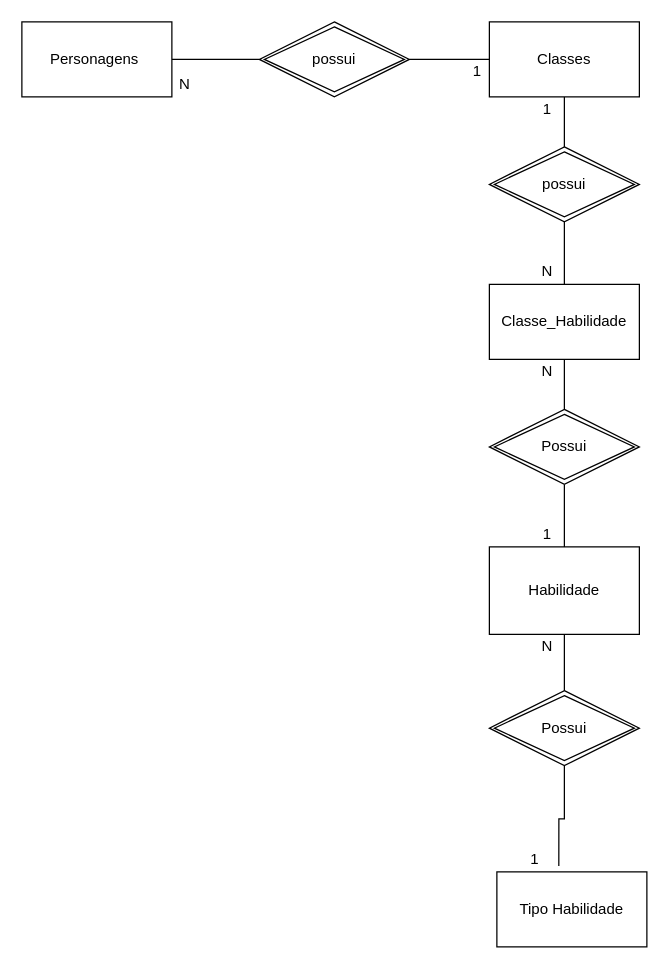
Above: page "conceitual" (1 of 2) of MODELAGENS/Projeto_Grupo5_Tarde.drawio in tavinlima/SENAI-HROADS (draw.io), before the change. Source tidied: cells renumbered, new cells numbered last; positions are measured from the earlier drawing's top-left corner, leaving out a move shared by most shapes. Both pictures are drawn from the tidied source at 125%, with x=0, y=0 at pixel (21, 21).
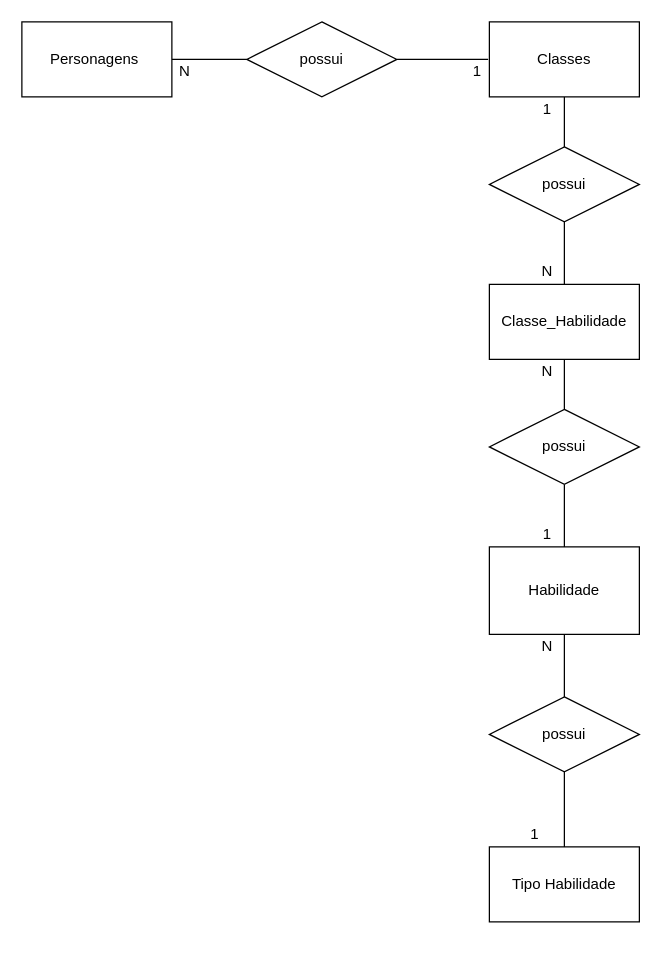
After the change.

Unchanged cells that the change refers to:
```xml
<mxCell id="3" value="Personagens&amp;nbsp;" style="rounded=0;whiteSpace=wrap;html=1;" parent="1" vertex="1">
  <mxGeometry width="120" height="60" as="geometry" />
</mxCell>
<mxCell id="5" value="Classes" style="rounded=0;whiteSpace=wrap;html=1;" parent="1" vertex="1">
  <mxGeometry x="374" width="120" height="60" as="geometry" />
</mxCell>
<mxCell id="9" value="Habilidade" style="rounded=0;whiteSpace=wrap;html=1;" parent="1" vertex="1">
  <mxGeometry x="374" y="420" width="120" height="70" as="geometry" />
</mxCell>
<mxCell id="16" value="1" style="text;html=1;align=center;verticalAlign=middle;points=[];strokeColor=none;" parent="1" vertex="1">
  <mxGeometry x="354" y="30" width="20" height="20" as="geometry" />
</mxCell>
<mxCell id="21" value="Classe_Habilidade" style="rounded=0;whiteSpace=wrap;html=1;" parent="1" vertex="1">
  <mxGeometry x="374" y="210" width="120" height="60" as="geometry" />
</mxCell>
```

Diff of the diagram source:
```diff
@@
-    <mxCell id="2" style="edgeStyle=orthogonalEdgeStyle;rounded=0;jettySize=auto;html=1;endArrow=none;endFill=0;" parent="1" edge="1" source="3" target="7">
-      <mxGeometry relative="1" as="geometry" />
-    </mxCell>
+    <mxCell id="27" style="edgeStyle=orthogonalEdgeStyle;rounded=0;jettySize=auto;html=1;entryX=0;entryY=0.5;entryDx=0;entryDy=0;endArrow=none;endFill=0;" parent="1" edge="1" source="3" target="32">
+      <mxGeometry relative="1" as="geometry" />
+    </mxCell>
@@
-    <mxCell id="4" style="edgeStyle=orthogonalEdgeStyle;rounded=0;jettySize=auto;html=1;entryX=0.5;entryY=0;entryDx=0;entryDy=0;endArrow=none;endFill=0;" parent="1" edge="1" source="5" target="23">
-      <mxGeometry relative="1" as="geometry" />
-    </mxCell>
+    <mxCell id="28" style="edgeStyle=orthogonalEdgeStyle;rounded=0;jettySize=auto;html=1;entryX=0.5;entryY=0;entryDx=0;entryDy=0;endArrow=none;endFill=0;" parent="1" edge="1" source="5" target="36">
+      <mxGeometry relative="1" as="geometry" />
+    </mxCell>
@@
-    <mxCell id="6" style="edgeStyle=orthogonalEdgeStyle;rounded=0;jettySize=auto;html=1;exitX=1;exitY=0.5;exitDx=0;exitDy=0;entryX=0;entryY=0.5;entryDx=0;entryDy=0;endArrow=none;endFill=0;" parent="1" edge="1" source="7" target="5">
-      <mxGeometry relative="1" as="geometry" />
-    </mxCell>
-    <mxCell id="7" value="possui" style="shape=rhombus;double=1;perimeter=rhombusPerimeter;whiteSpace=wrap;html=1;align=center;" parent="1" vertex="1">
-      <mxGeometry x="190" width="120" height="60" as="geometry" />
-    </mxCell>
-    <mxCell id="8" style="edgeStyle=orthogonalEdgeStyle;rounded=0;jettySize=auto;html=1;entryX=0.5;entryY=0;entryDx=0;entryDy=0;endArrow=none;endFill=0;" parent="1" edge="1" source="9" target="14">
-      <mxGeometry relative="1" as="geometry" />
-    </mxCell>
+    <mxCell id="29" style="edgeStyle=orthogonalEdgeStyle;rounded=0;jettySize=auto;html=1;entryX=0.5;entryY=0;entryDx=0;entryDy=0;endArrow=none;endFill=0;" parent="1" edge="1" source="9" target="34">
+      <mxGeometry relative="1" as="geometry" />
+    </mxCell>
@@
     <mxCell id="10" value="Tipo Habilidade" style="rounded=0;whiteSpace=wrap;html=1;" parent="1" vertex="1">
-      <mxGeometry x="380" y="680" width="120" height="60" as="geometry" />
+      <mxGeometry x="374" y="660" width="120" height="60" as="geometry" />
     </mxCell>
-    <mxCell id="11" style="edgeStyle=orthogonalEdgeStyle;rounded=0;jettySize=auto;html=1;entryX=0.5;entryY=0;entryDx=0;entryDy=0;endArrow=none;endFill=0;" parent="1" edge="1" source="12" target="9">
-      <mxGeometry relative="1" as="geometry" />
-    </mxCell>
-    <mxCell id="12" value="Possui" style="shape=rhombus;double=1;perimeter=rhombusPerimeter;whiteSpace=wrap;html=1;align=center;" parent="1" vertex="1">
-      <mxGeometry x="374" y="310" width="120" height="60" as="geometry" />
-    </mxCell>
-    <mxCell id="13" style="edgeStyle=orthogonalEdgeStyle;rounded=0;jettySize=auto;html=1;entryX=0.413;entryY=-0.077;entryDx=0;entryDy=0;entryPerimeter=0;endArrow=none;endFill=0;" parent="1" edge="1" source="14" target="10">
-      <mxGeometry relative="1" as="geometry" />
-    </mxCell>
-    <mxCell id="14" value="Possui" style="shape=rhombus;double=1;perimeter=rhombusPerimeter;whiteSpace=wrap;html=1;align=center;" parent="1" vertex="1">
-      <mxGeometry x="374" y="535" width="120" height="60" as="geometry" />
-    </mxCell>
     <mxCell id="15" value="N" style="text;html=1;align=center;verticalAlign=middle;strokeColor=none;" parent="1" vertex="1">
-      <mxGeometry x="120" y="40" width="20" height="20" as="geometry" />
+      <mxGeometry x="120" y="30" width="20" height="20" as="geometry" />
     </mxCell>
@@
-    <mxCell id="20" style="edgeStyle=orthogonalEdgeStyle;rounded=0;jettySize=auto;html=1;entryX=0.5;entryY=0;entryDx=0;entryDy=0;endArrow=none;endFill=0;" parent="1" edge="1" source="21" target="12">
-      <mxGeometry relative="1" as="geometry" />
-    </mxCell>
+    <mxCell id="30" style="edgeStyle=orthogonalEdgeStyle;rounded=0;jettySize=auto;html=1;entryX=0.5;entryY=0;entryDx=0;entryDy=0;endArrow=none;endFill=0;" parent="1" edge="1" source="21" target="38">
+      <mxGeometry relative="1" as="geometry" />
+    </mxCell>
@@
-    <mxCell id="22" style="edgeStyle=orthogonalEdgeStyle;rounded=0;jettySize=auto;html=1;entryX=0.5;entryY=0;entryDx=0;entryDy=0;endArrow=none;endFill=0;" parent="1" edge="1" source="23" target="21">
-      <mxGeometry relative="1" as="geometry" />
-    </mxCell>
-    <mxCell id="23" value="possui" style="shape=rhombus;double=1;perimeter=rhombusPerimeter;whiteSpace=wrap;html=1;align=center;" parent="1" vertex="1">
-      <mxGeometry x="374" y="100" width="120" height="60" as="geometry" />
-    </mxCell>
@@
     <mxCell id="25" value="1" style="text;html=1;align=center;verticalAlign=middle;strokeColor=none;" parent="1" vertex="1">
-      <mxGeometry x="400" y="660" width="20" height="20" as="geometry" />
+      <mxGeometry x="400" y="640" width="20" height="20" as="geometry" />
     </mxCell>
@@
+    <mxCell id="31" style="edgeStyle=orthogonalEdgeStyle;rounded=0;jettySize=auto;html=1;entryX=0.95;entryY=0;entryDx=0;entryDy=0;entryPerimeter=0;endArrow=none;endFill=0;" parent="1" edge="1" source="32" target="16">
+      <mxGeometry relative="1" as="geometry">
+        <Array as="points">
+          <mxPoint x="340" y="30" />
+          <mxPoint x="340" y="30" />
+        </Array>
+      </mxGeometry>
+    </mxCell>
+    <mxCell id="32" value="possui" style="shape=rhombus;perimeter=rhombusPerimeter;whiteSpace=wrap;html=1;align=center;" parent="1" vertex="1">
+      <mxGeometry x="180" width="120" height="60" as="geometry" />
+    </mxCell>
+    <mxCell id="33" style="edgeStyle=orthogonalEdgeStyle;rounded=0;jettySize=auto;html=1;endArrow=none;endFill=0;" parent="1" edge="1" source="34" target="10">
+      <mxGeometry relative="1" as="geometry" />
+    </mxCell>
+    <mxCell id="34" value="possui" style="shape=rhombus;perimeter=rhombusPerimeter;whiteSpace=wrap;html=1;align=center;" parent="1" vertex="1">
+      <mxGeometry x="374" y="540" width="120" height="60" as="geometry" />
+    </mxCell>
+    <mxCell id="35" style="edgeStyle=orthogonalEdgeStyle;rounded=0;jettySize=auto;html=1;entryX=0.5;entryY=0;entryDx=0;entryDy=0;endArrow=none;endFill=0;" parent="1" edge="1" source="36" target="21">
+      <mxGeometry relative="1" as="geometry" />
+    </mxCell>
+    <mxCell id="36" value="possui" style="shape=rhombus;perimeter=rhombusPerimeter;whiteSpace=wrap;html=1;align=center;" parent="1" vertex="1">
+      <mxGeometry x="374" y="100" width="120" height="60" as="geometry" />
+    </mxCell>
+    <mxCell id="37" style="edgeStyle=orthogonalEdgeStyle;rounded=0;jettySize=auto;html=1;entryX=0.5;entryY=0;entryDx=0;entryDy=0;endArrow=none;endFill=0;" parent="1" edge="1" source="38" target="9">
+      <mxGeometry relative="1" as="geometry" />
+    </mxCell>
+    <mxCell id="38" value="possui" style="shape=rhombus;perimeter=rhombusPerimeter;whiteSpace=wrap;html=1;align=center;" parent="1" vertex="1">
+      <mxGeometry x="374" y="310" width="120" height="60" as="geometry" />
+    </mxCell>
```
